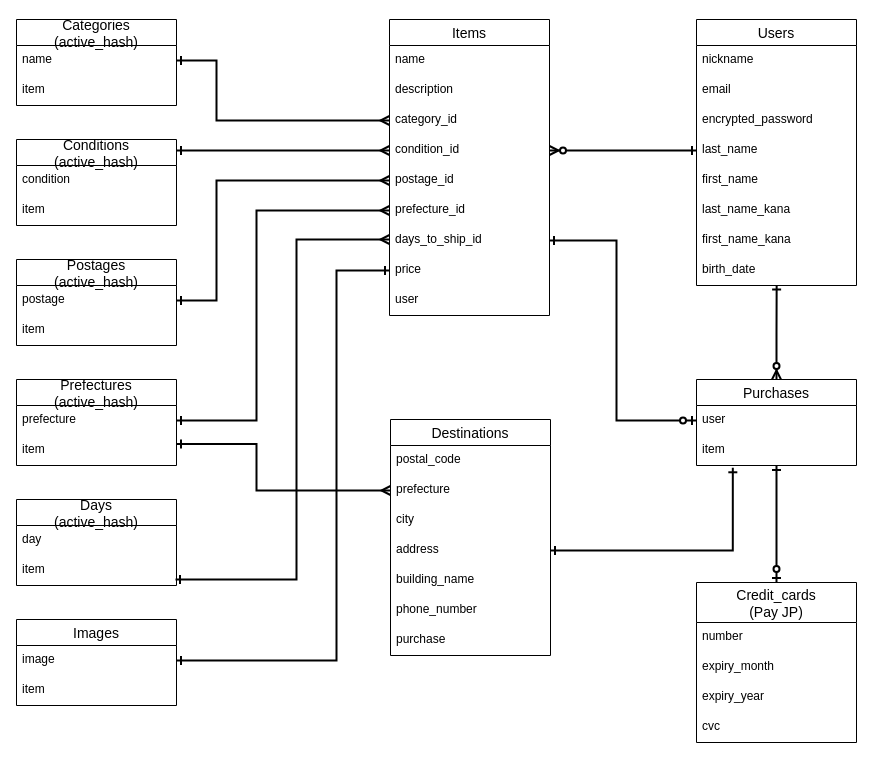
Above: entity_relationship.dio in amu1016/furima-36223 (draw.io), before the change. Source tidied: cells renumbered, new cells numbered last; positions are measured from the earlier drawing's top-left corner, leaving out a move shared by most shapes. Both pictures are drawn from the tidied source at 100%, with x=0, y=0 at pixel (16, 19).
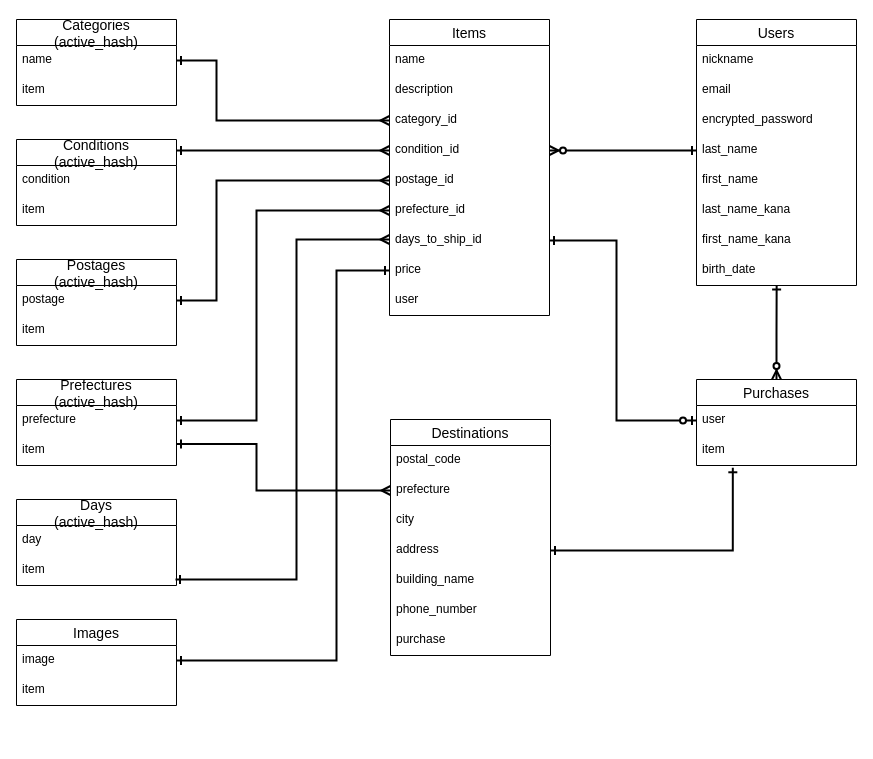
The same diagram, later.

Unchanged cells that the change refers to:
```xml
<mxCell id="44" value="item" style="text;strokeColor=none;fillColor=none;spacingLeft=4;spacingRight=4;overflow=hidden;points=[[0,0.5],[1,0.5]];portConstraint=eastwest;fontSize=12;" parent="42" vertex="1">
  <mxGeometry y="56" width="160" height="30" as="geometry" />
</mxCell>
```

The edit, as a diff of the source:
```diff
@@
-    <mxCell id="21" value="Credit_cards&#10;(Pay JP)" style="swimlane;fontStyle=0;horizontal=1;startSize=40;align=center;fontSize=14;" parent="1" vertex="1">
-      <mxGeometry x="680" y="563" width="160" height="160" as="geometry" />
-    </mxCell>
-    <mxCell id="22" value="number" style="text;strokeColor=none;fillColor=none;spacingLeft=4;spacingRight=4;overflow=hidden;fontSize=12;" parent="21" vertex="1">
-      <mxGeometry y="40" width="160" height="30" as="geometry" />
-    </mxCell>
-    <mxCell id="23" value="expiry_month" style="text;strokeColor=none;fillColor=none;spacingLeft=4;spacingRight=4;overflow=hidden;fontSize=12;" parent="21" vertex="1">
-      <mxGeometry y="70" width="160" height="30" as="geometry" />
-    </mxCell>
-    <mxCell id="24" value="expiry_year" style="text;strokeColor=none;fillColor=none;spacingLeft=4;spacingRight=4;overflow=hidden;fontSize=12;" parent="21" vertex="1">
-      <mxGeometry y="100" width="160" height="30" as="geometry" />
-    </mxCell>
-    <mxCell id="25" value="cvc" style="text;strokeColor=none;fillColor=none;spacingLeft=4;spacingRight=4;overflow=hidden;fontSize=12;" parent="21" vertex="1">
-      <mxGeometry y="130" width="160" height="30" as="geometry" />
-    </mxCell>
@@
-    <mxCell id="27" style="edgeStyle=orthogonalEdgeStyle;fontSize=12;html=1;endArrow=ERzeroToOne;startArrow=ERone;startFill=0;endFill=1;strokeWidth=2;entryX=0.5;entryY=0;entryDx=0;entryDy=0;exitX=0.5;exitY=1;exitDx=0;exitDy=0;exitPerimeter=0;" parent="1" edge="1" source="44" target="21">
-      <mxGeometry relative="1" as="geometry" />
-    </mxCell>
```
